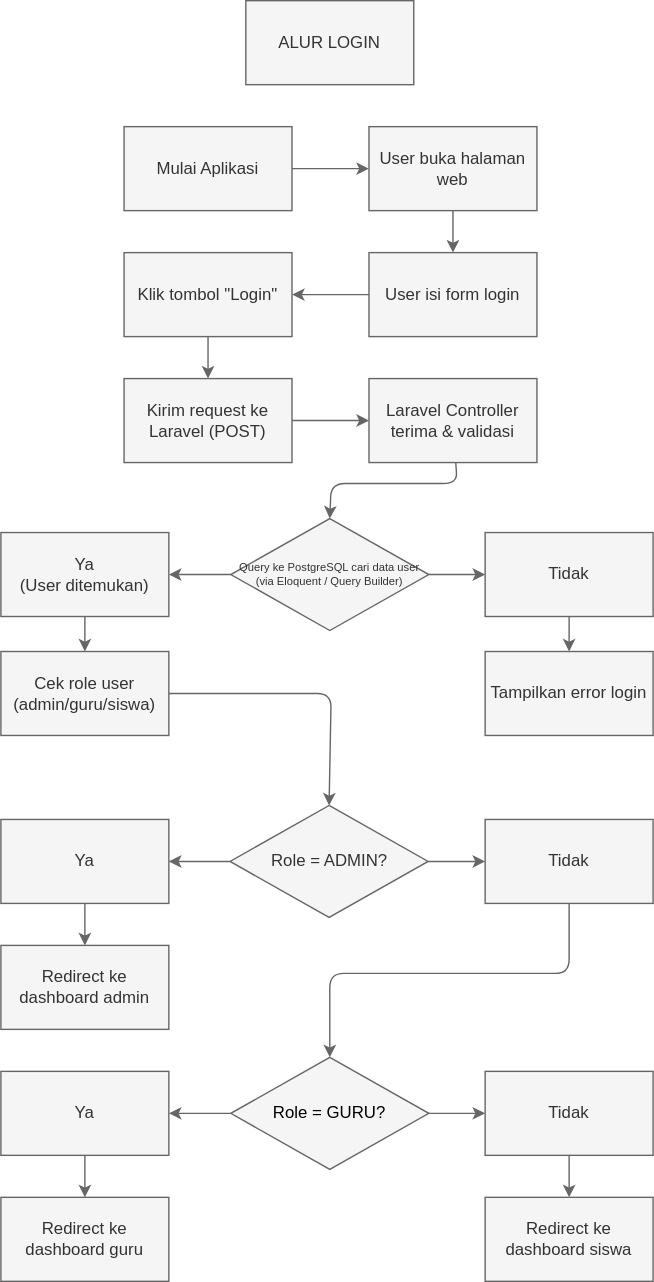
The draw.io diagram Flowchart.drawio.svg in SukaMCD/Aplikasi-Guru, before a commit. Source tidied: cells renumbered, new cells last; positions are measured from the earlier drawing's top-left corner, leaving out a move shared by most shapes.
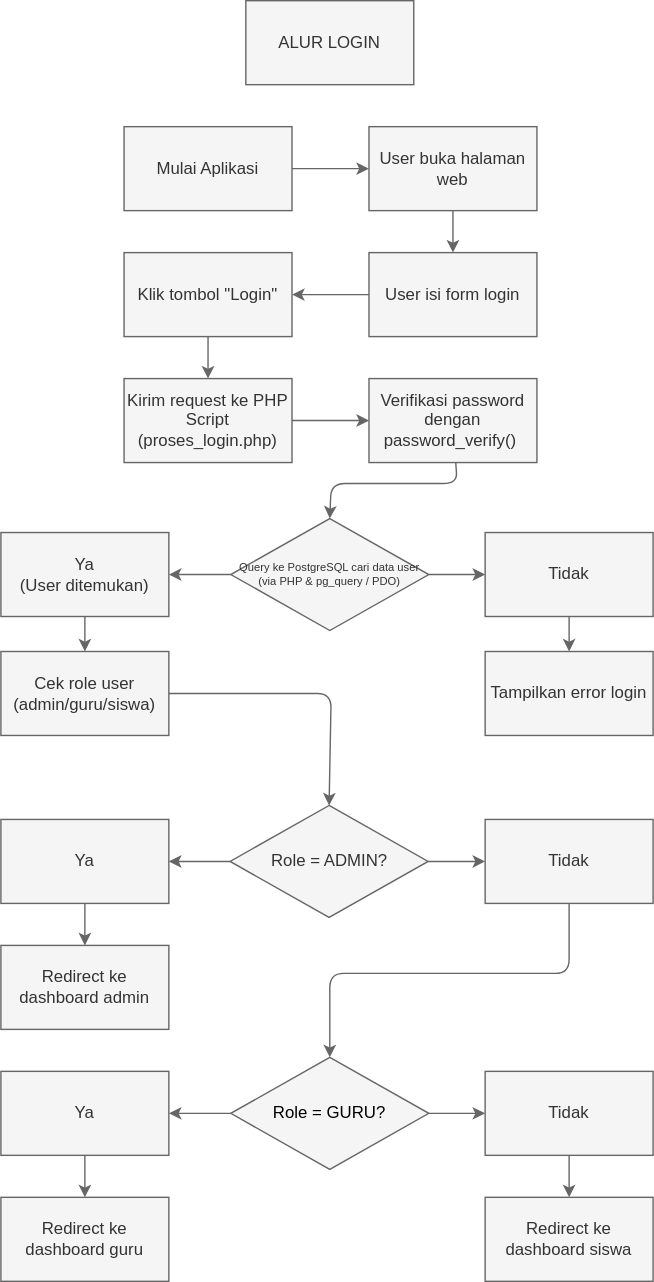
After the commit.

Commit message:
Laravel to PHP

Change to the diagram source:
```diff
@@ -29,7 +29,7 @@
     <mxCell id="10" style="edgeStyle=none;html=1;entryX=0;entryY=0.5;entryDx=0;entryDy=0;fillColor=#f5f5f5;strokeColor=light-dark(#666666,#FFFFFF);" parent="1" edge="1" source="11" target="13">
       <mxGeometry relative="1" as="geometry" />
     </mxCell>
-    <mxCell id="11" value="Kirim request ke Laravel (POST)" style="rounded=0;whiteSpace=wrap;html=1;fillColor=#f5f5f5;strokeColor=light-dark(#666666,#FFFFFF);fontColor=#333333;" parent="1" vertex="1">
+    <mxCell id="11" value="Kirim request ke PHP Script (proses_login.php)" style="rounded=0;whiteSpace=wrap;html=1;fillColor=#f5f5f5;strokeColor=light-dark(#666666,#FFFFFF);fontColor=#333333;" parent="1" vertex="1">
       <mxGeometry x="88" y="270" width="120" height="60" as="geometry" />
     </mxCell>
     <mxCell id="12" style="edgeStyle=none;html=1;fillColor=#f5f5f5;strokeColor=light-dark(#666666,#FFFFFF);entryX=0.5;entryY=0;entryDx=0;entryDy=0;" parent="1" edge="1" source="13" target="35">
@@ -40,7 +40,7 @@
         </Array>
       </mxGeometry>
     </mxCell>
-    <mxCell id="13" value="Laravel Controller terima &amp;amp; validasi" style="rounded=0;whiteSpace=wrap;html=1;fillColor=#f5f5f5;strokeColor=light-dark(#666666,#FFFFFF);fontColor=#333333;" parent="1" vertex="1">
+    <mxCell id="13" value="Verifikasi password dengan password_verify()&amp;nbsp;" style="rounded=0;whiteSpace=wrap;html=1;fillColor=#f5f5f5;strokeColor=light-dark(#666666,#FFFFFF);fontColor=#333333;" parent="1" vertex="1">
       <mxGeometry x="263" y="270" width="120" height="60" as="geometry" />
     </mxCell>
     <mxCell id="14" style="edgeStyle=none;html=1;fillColor=#f5f5f5;strokeColor=light-dark(#666666,#FFFFFF);" parent="1" edge="1" source="15" target="19">
@@ -115,7 +115,7 @@
     <mxCell id="34" style="edgeStyle=none;html=1;exitX=1;exitY=0.5;exitDx=0;exitDy=0;entryX=0;entryY=0.5;entryDx=0;entryDy=0;fillColor=#f5f5f5;strokeColor=light-dark(#666666,#FFFFFF);" parent="1" edge="1" source="35" target="17">
       <mxGeometry relative="1" as="geometry" />
     </mxCell>
-    <mxCell id="35" value="Query ke PostgreSQL cari data user&lt;span style=&quot;background-color: transparent;&quot;&gt;&amp;nbsp;(via Eloquent / Query Builder)&amp;nbsp;&lt;/span&gt;" style="rhombus;whiteSpace=wrap;html=1;fontSize=8;fillColor=#f5f5f5;fontColor=#333333;strokeColor=light-dark(#666666,#FFFFFF);" parent="1" vertex="1">
+    <mxCell id="35" value="Query ke PostgreSQL cari data user (via PHP &amp;amp; pg_query / PDO)" style="rhombus;whiteSpace=wrap;html=1;fontSize=8;fillColor=#f5f5f5;fontColor=#333333;strokeColor=light-dark(#666666,#FFFFFF);" parent="1" vertex="1">
       <mxGeometry x="164.2" y="370" width="141.5" height="80" as="geometry" />
     </mxCell>
     <mxCell id="36" style="edgeStyle=none;html=1;entryX=0;entryY=0.5;entryDx=0;entryDy=0;fillColor=#f5f5f5;strokeColor=light-dark(#666666,#FFFFFF);" parent="1" edge="1" source="38" target="24">
```
